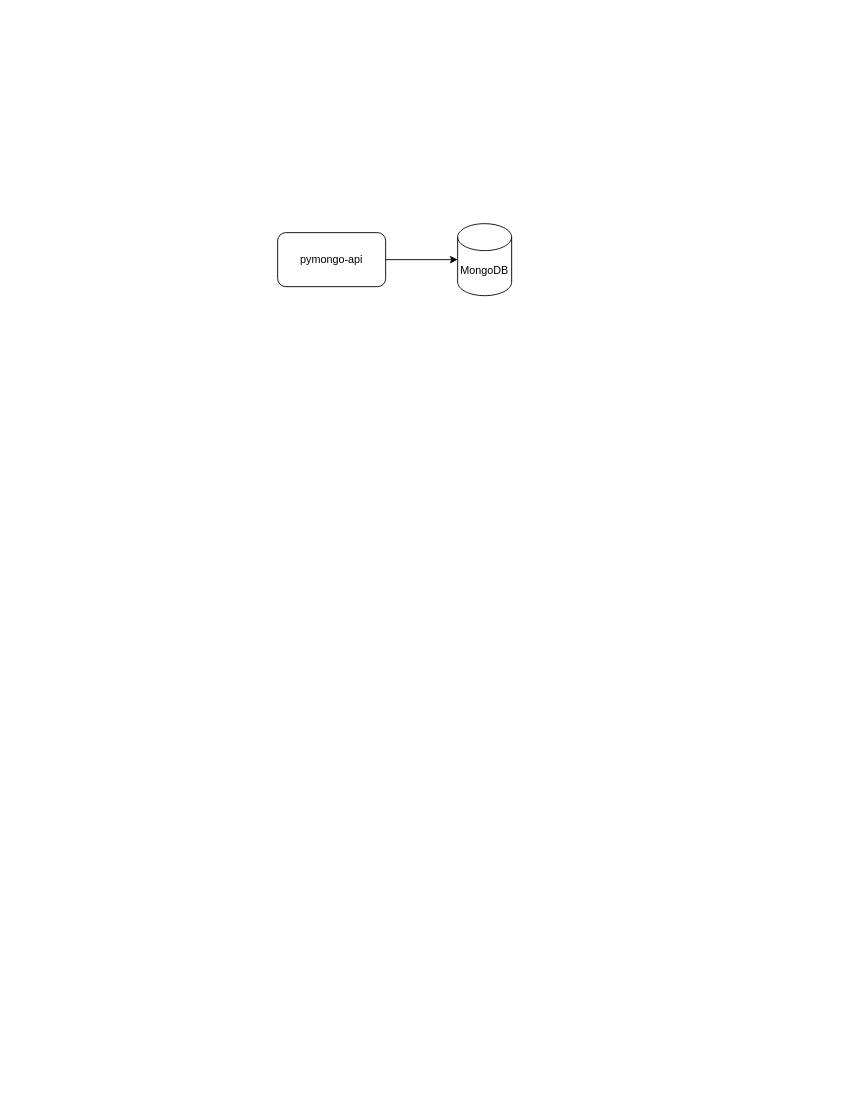
The draw.io diagram page "Main" (1 of 6) of task1.drawio in snakeduse/architecture-sprint-2, before the edit. Source tidied: cells renumbered, new cells numbered last; positions are measured from the earlier drawing's top-left corner, leaving out a move shared by most shapes. Both pictures are drawn from the tidied source at 90%, with x=0, y=0 at pixel (277, 223).
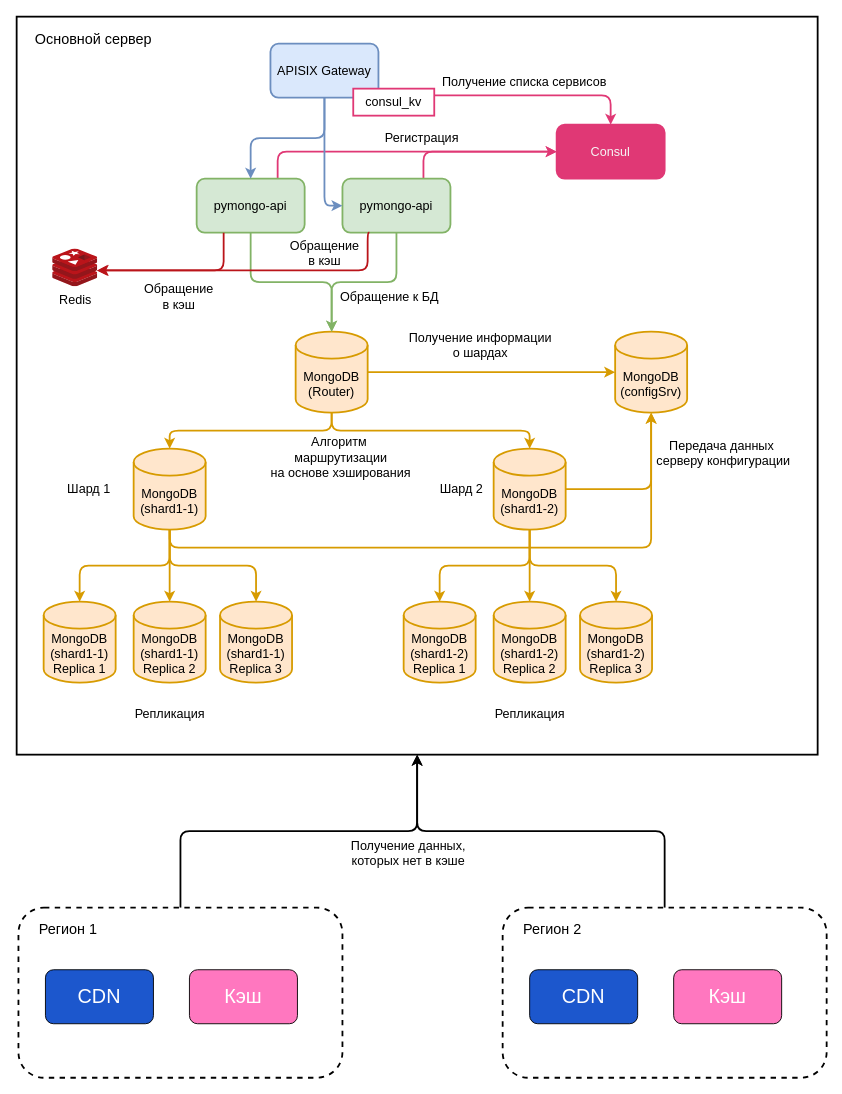
The same diagram, later.

Change to the diagram source:
```diff
@@
-    <mxCell id="2" value="MongoDB" style="shape=cylinder3;whiteSpace=wrap;html=1;boundedLbl=1;backgroundOutline=1;size=15;" parent="1" vertex="1">
-      <mxGeometry x="200" width="60" height="80" as="geometry" />
-    </mxCell>
-    <mxCell id="3" value="pymongo-api" style="rounded=1;whiteSpace=wrap;html=1;" parent="1" vertex="1">
-      <mxGeometry y="10" width="120" height="60" as="geometry" />
-    </mxCell>
-    <mxCell id="4" style="edgeStyle=orthogonalEdgeStyle;rounded=0;jettySize=auto;html=1;exitX=1;exitY=0.5;exitDx=0;exitDy=0;entryX=0;entryY=0.5;entryDx=0;entryDy=0;entryPerimeter=0;" parent="1" edge="1" source="3" target="2">
-      <mxGeometry relative="1" as="geometry" />
-    </mxCell>
+    <mxCell id="5" style="edgeStyle=orthogonalEdgeStyle;shape=connector;curved=0;rounded=1;jettySize=auto;html=1;exitX=0.5;exitY=0;exitDx=0;exitDy=0;entryX=0.5;entryY=1;entryDx=0;entryDy=0;strokeColor=default;strokeWidth=2;align=center;verticalAlign=middle;fontFamily=Helvetica;fontSize=11;fontColor=default;labelBackgroundColor=default;endArrow=classic;" parent="1" edge="1" source="55" target="7">
+      <mxGeometry relative="1" as="geometry" />
+    </mxCell>
+    <mxCell id="6" style="edgeStyle=orthogonalEdgeStyle;shape=connector;curved=0;rounded=1;jettySize=auto;html=1;exitX=0.5;exitY=0;exitDx=0;exitDy=0;entryX=0.5;entryY=1;entryDx=0;entryDy=0;strokeColor=default;strokeWidth=2;align=center;verticalAlign=middle;fontFamily=Helvetica;fontSize=11;fontColor=default;labelBackgroundColor=default;endArrow=classic;" parent="1" edge="1" source="59" target="7">
+      <mxGeometry relative="1" as="geometry" />
+    </mxCell>
+    <mxCell id="7" style="rounded=0;whiteSpace=wrap;html=1;fontFamily=Helvetica;fontSize=11;fontColor=default;labelBackgroundColor=default;strokeWidth=2;" parent="1" vertex="1">
+      <mxGeometry x="-290" y="-230" width="890" height="820" as="geometry" />
+    </mxCell>
+    <mxCell id="8" value="MongoDB&lt;div style=&quot;font-size: 14px;&quot;&gt;(Router)&lt;/div&gt;" style="shape=cylinder3;whiteSpace=wrap;html=1;boundedLbl=1;backgroundOutline=1;size=15;strokeWidth=2;fontSize=14;fillColor=#ffe6cc;strokeColor=#d79b00;" parent="1" vertex="1">
+      <mxGeometry x="20" y="120" width="80" height="90" as="geometry" />
+    </mxCell>
+    <mxCell id="9" style="edgeStyle=orthogonalEdgeStyle;shape=connector;curved=0;rounded=1;jettySize=auto;html=1;strokeColor=#82b366;align=center;verticalAlign=middle;fontFamily=Helvetica;fontSize=14;fontColor=default;labelBackgroundColor=default;endArrow=classic;strokeWidth=2;fillColor=#d5e8d4;" parent="1" edge="1" source="11" target="8">
+      <mxGeometry relative="1" as="geometry" />
+    </mxCell>
+    <mxCell id="10" style="edgeStyle=orthogonalEdgeStyle;shape=connector;curved=0;rounded=1;jettySize=auto;html=1;exitX=0.75;exitY=0;exitDx=0;exitDy=0;entryX=0;entryY=0.5;entryDx=0;entryDy=0;strokeColor=#E03875;strokeWidth=2;align=center;verticalAlign=middle;fontFamily=Helvetica;fontSize=11;fontColor=default;labelBackgroundColor=default;endArrow=classic;" parent="1" edge="1" source="11" target="48">
+      <mxGeometry relative="1" as="geometry" />
+    </mxCell>
+    <mxCell id="11" value="pymongo-api" style="rounded=1;whiteSpace=wrap;html=1;strokeWidth=2;fontSize=14;fillColor=#d5e8d4;strokeColor=#82b366;" parent="1" vertex="1">
+      <mxGeometry x="-90" y="-50" width="120" height="60" as="geometry" />
+    </mxCell>
+    <mxCell id="12" value="MongoDB&lt;div style=&quot;font-size: 14px;&quot;&gt;(shard1-2)&lt;/div&gt;" style="shape=cylinder3;whiteSpace=wrap;html=1;boundedLbl=1;backgroundOutline=1;size=15;strokeWidth=2;fontSize=14;fillColor=#ffe6cc;strokeColor=#d79b00;" parent="1" vertex="1">
+      <mxGeometry x="240" y="250" width="80" height="90" as="geometry" />
+    </mxCell>
+    <mxCell id="13" value="MongoDB&lt;div style=&quot;font-size: 14px;&quot;&gt;(shard1-1)&lt;/div&gt;" style="shape=cylinder3;whiteSpace=wrap;html=1;boundedLbl=1;backgroundOutline=1;size=15;strokeWidth=2;fontSize=14;fillColor=#ffe6cc;strokeColor=#d79b00;" parent="1" vertex="1">
+      <mxGeometry x="-160" y="250" width="80" height="90" as="geometry" />
+    </mxCell>
+    <mxCell id="14" value="MongoDB&lt;div style=&quot;font-size: 14px;&quot;&gt;(configSrv)&lt;/div&gt;" style="shape=cylinder3;whiteSpace=wrap;html=1;boundedLbl=1;backgroundOutline=1;size=15;strokeWidth=2;fontSize=14;fillColor=#ffe6cc;strokeColor=#d79b00;" parent="1" vertex="1">
+      <mxGeometry x="375" y="120" width="80" height="90" as="geometry" />
+    </mxCell>
+    <mxCell id="15" style="edgeStyle=orthogonalEdgeStyle;shape=connector;curved=0;rounded=1;jettySize=auto;html=1;exitX=0.5;exitY=1;exitDx=0;exitDy=0;exitPerimeter=0;entryX=0.5;entryY=0;entryDx=0;entryDy=0;entryPerimeter=0;strokeColor=#d79b00;align=center;verticalAlign=middle;fontFamily=Helvetica;fontSize=14;fontColor=default;labelBackgroundColor=default;endArrow=classic;strokeWidth=2;fillColor=#ffe6cc;" parent="1" edge="1" source="8" target="13">
+      <mxGeometry relative="1" as="geometry" />
+    </mxCell>
+    <mxCell id="16" style="edgeStyle=orthogonalEdgeStyle;shape=connector;curved=0;rounded=1;jettySize=auto;html=1;exitX=0.5;exitY=1;exitDx=0;exitDy=0;exitPerimeter=0;entryX=0.5;entryY=0;entryDx=0;entryDy=0;entryPerimeter=0;strokeColor=#d79b00;align=center;verticalAlign=middle;fontFamily=Helvetica;fontSize=14;fontColor=default;labelBackgroundColor=default;endArrow=classic;strokeWidth=2;fillColor=#ffe6cc;" parent="1" edge="1" source="8" target="12">
+      <mxGeometry relative="1" as="geometry" />
+    </mxCell>
+    <mxCell id="17" style="edgeStyle=orthogonalEdgeStyle;shape=connector;curved=0;rounded=1;jettySize=auto;html=1;exitX=1;exitY=0.5;exitDx=0;exitDy=0;exitPerimeter=0;entryX=0;entryY=0.5;entryDx=0;entryDy=0;entryPerimeter=0;strokeColor=#d79b00;align=center;verticalAlign=middle;fontFamily=Helvetica;fontSize=14;fontColor=default;labelBackgroundColor=default;endArrow=classic;strokeWidth=2;fillColor=#ffe6cc;" parent="1" edge="1" source="8" target="14">
+      <mxGeometry relative="1" as="geometry" />
+    </mxCell>
+    <mxCell id="18" style="edgeStyle=orthogonalEdgeStyle;shape=connector;curved=0;rounded=1;jettySize=auto;html=1;exitX=1;exitY=0.5;exitDx=0;exitDy=0;exitPerimeter=0;entryX=0.5;entryY=1;entryDx=0;entryDy=0;entryPerimeter=0;strokeColor=#d79b00;align=center;verticalAlign=middle;fontFamily=Helvetica;fontSize=14;fontColor=default;labelBackgroundColor=default;endArrow=classic;strokeWidth=2;fillColor=#ffe6cc;" parent="1" edge="1" source="12" target="14">
+      <mxGeometry relative="1" as="geometry" />
+    </mxCell>
+    <mxCell id="19" style="edgeStyle=orthogonalEdgeStyle;shape=connector;curved=0;rounded=1;jettySize=auto;html=1;exitX=0.5;exitY=1;exitDx=0;exitDy=0;exitPerimeter=0;entryX=0.5;entryY=1;entryDx=0;entryDy=0;entryPerimeter=0;strokeColor=#d79b00;align=center;verticalAlign=middle;fontFamily=Helvetica;fontSize=14;fontColor=default;labelBackgroundColor=default;endArrow=classic;strokeWidth=2;fillColor=#ffe6cc;" parent="1" edge="1" source="13" target="14">
+      <mxGeometry relative="1" as="geometry" />
+    </mxCell>
+    <mxCell id="20" value="&lt;span style=&quot;font-size: 14px;&quot;&gt;Алгоритм&amp;nbsp;&lt;/span&gt;&lt;div style=&quot;font-size: 14px;&quot;&gt;маршрутизации&lt;/div&gt;&lt;div style=&quot;font-size: 14px;&quot;&gt;на основе хэширования&lt;/div&gt;" style="text;html=1;align=center;verticalAlign=middle;strokeColor=none;fillColor=none;strokeWidth=2;fontSize=14;" parent="1" vertex="1">
+      <mxGeometry x="-20" y="230" width="180" height="60" as="geometry" />
+    </mxCell>
+    <mxCell id="21" value="Получение информации&lt;div&gt;о шардах&lt;/div&gt;" style="text;html=1;align=center;verticalAlign=middle;strokeColor=none;fillColor=none;strokeWidth=2;fontSize=14;" parent="1" vertex="1">
+      <mxGeometry x="135" y="110" width="180" height="50" as="geometry" />
+    </mxCell>
+    <mxCell id="22" value="Обращение к БД" style="text;html=1;align=center;verticalAlign=middle;strokeColor=none;fillColor=none;strokeWidth=2;fontSize=14;" parent="1" vertex="1">
+      <mxGeometry x="59" y="66" width="130" height="30" as="geometry" />
+    </mxCell>
+    <mxCell id="23" value="MongoDB&lt;div style=&quot;font-size: 14px;&quot;&gt;(shard1-1)&lt;/div&gt;&lt;div style=&quot;font-size: 14px;&quot;&gt;Replica 1&lt;/div&gt;" style="shape=cylinder3;whiteSpace=wrap;html=1;boundedLbl=1;backgroundOutline=1;size=15;strokeWidth=2;fontSize=14;fillColor=#ffe6cc;strokeColor=#d79b00;" parent="1" vertex="1">
+      <mxGeometry x="-260" y="420" width="80" height="90" as="geometry" />
+    </mxCell>
+    <mxCell id="24" value="MongoDB&lt;div style=&quot;font-size: 14px;&quot;&gt;(shard1-1)&lt;/div&gt;&lt;div style=&quot;font-size: 14px;&quot;&gt;Replica 2&lt;/div&gt;" style="shape=cylinder3;whiteSpace=wrap;html=1;boundedLbl=1;backgroundOutline=1;size=15;strokeWidth=2;fontSize=14;fillColor=#ffe6cc;strokeColor=#d79b00;" parent="1" vertex="1">
+      <mxGeometry x="-160" y="420" width="80" height="90" as="geometry" />
+    </mxCell>
+    <mxCell id="25" value="MongoDB&lt;div style=&quot;font-size: 14px;&quot;&gt;(shard1-1)&lt;/div&gt;&lt;div style=&quot;font-size: 14px;&quot;&gt;Replica 3&lt;/div&gt;" style="shape=cylinder3;whiteSpace=wrap;html=1;boundedLbl=1;backgroundOutline=1;size=15;strokeWidth=2;fontSize=14;fillColor=#ffe6cc;strokeColor=#d79b00;" parent="1" vertex="1">
+      <mxGeometry x="-64" y="420" width="80" height="90" as="geometry" />
+    </mxCell>
+    <mxCell id="26" style="edgeStyle=orthogonalEdgeStyle;rounded=1;jettySize=auto;html=1;exitX=0.5;exitY=1;exitDx=0;exitDy=0;exitPerimeter=0;entryX=0.5;entryY=0;entryDx=0;entryDy=0;entryPerimeter=0;curved=0;strokeWidth=2;fontSize=14;fillColor=#ffe6cc;strokeColor=#d79b00;" parent="1" edge="1" source="13" target="23">
+      <mxGeometry relative="1" as="geometry" />
+    </mxCell>
+    <mxCell id="27" style="edgeStyle=orthogonalEdgeStyle;shape=connector;curved=0;rounded=1;jettySize=auto;html=1;exitX=0.5;exitY=1;exitDx=0;exitDy=0;exitPerimeter=0;entryX=0.5;entryY=0;entryDx=0;entryDy=0;entryPerimeter=0;strokeColor=#d79b00;align=center;verticalAlign=middle;fontFamily=Helvetica;fontSize=14;fontColor=default;labelBackgroundColor=default;endArrow=classic;strokeWidth=2;fillColor=#ffe6cc;" parent="1" edge="1" source="13" target="24">
+      <mxGeometry relative="1" as="geometry" />
+    </mxCell>
+    <mxCell id="28" style="edgeStyle=orthogonalEdgeStyle;shape=connector;curved=0;rounded=1;jettySize=auto;html=1;exitX=0.5;exitY=1;exitDx=0;exitDy=0;exitPerimeter=0;entryX=0.5;entryY=0;entryDx=0;entryDy=0;entryPerimeter=0;strokeColor=#d79b00;align=center;verticalAlign=middle;fontFamily=Helvetica;fontSize=14;fontColor=default;labelBackgroundColor=default;endArrow=classic;strokeWidth=2;fillColor=#ffe6cc;" parent="1" edge="1" source="13" target="25">
+      <mxGeometry relative="1" as="geometry" />
+    </mxCell>
+    <mxCell id="29" value="MongoDB&lt;div style=&quot;font-size: 14px;&quot;&gt;(shard1-2)&lt;/div&gt;&lt;div style=&quot;font-size: 14px;&quot;&gt;Replica 1&lt;/div&gt;" style="shape=cylinder3;whiteSpace=wrap;html=1;boundedLbl=1;backgroundOutline=1;size=15;strokeWidth=2;fontSize=14;fillColor=#ffe6cc;strokeColor=#d79b00;" parent="1" vertex="1">
+      <mxGeometry x="140" y="420" width="80" height="90" as="geometry" />
+    </mxCell>
+    <mxCell id="30" value="MongoDB&lt;div style=&quot;font-size: 14px;&quot;&gt;(shard1-2)&lt;/div&gt;&lt;div style=&quot;font-size: 14px;&quot;&gt;Replica 2&lt;/div&gt;" style="shape=cylinder3;whiteSpace=wrap;html=1;boundedLbl=1;backgroundOutline=1;size=15;strokeWidth=2;fontSize=14;fillColor=#ffe6cc;strokeColor=#d79b00;" parent="1" vertex="1">
+      <mxGeometry x="240" y="420" width="80" height="90" as="geometry" />
+    </mxCell>
+    <mxCell id="31" value="MongoDB&lt;div style=&quot;font-size: 14px;&quot;&gt;(shard1-2)&lt;/div&gt;&lt;div style=&quot;font-size: 14px;&quot;&gt;Replica 3&lt;/div&gt;" style="shape=cylinder3;whiteSpace=wrap;html=1;boundedLbl=1;backgroundOutline=1;size=15;strokeWidth=2;fontSize=14;fillColor=#ffe6cc;strokeColor=#d79b00;" parent="1" vertex="1">
+      <mxGeometry x="336" y="420" width="80" height="90" as="geometry" />
+    </mxCell>
+    <mxCell id="32" style="edgeStyle=orthogonalEdgeStyle;shape=connector;curved=0;rounded=1;jettySize=auto;html=1;exitX=0.5;exitY=1;exitDx=0;exitDy=0;exitPerimeter=0;entryX=0.5;entryY=0;entryDx=0;entryDy=0;entryPerimeter=0;strokeColor=#d79b00;align=center;verticalAlign=middle;fontFamily=Helvetica;fontSize=14;fontColor=default;labelBackgroundColor=default;endArrow=classic;strokeWidth=2;fillColor=#ffe6cc;" parent="1" edge="1" source="12" target="29">
+      <mxGeometry relative="1" as="geometry" />
+    </mxCell>
+    <mxCell id="33" style="edgeStyle=orthogonalEdgeStyle;shape=connector;curved=0;rounded=1;jettySize=auto;html=1;exitX=0.5;exitY=1;exitDx=0;exitDy=0;exitPerimeter=0;entryX=0.5;entryY=0;entryDx=0;entryDy=0;entryPerimeter=0;strokeColor=#d79b00;align=center;verticalAlign=middle;fontFamily=Helvetica;fontSize=14;fontColor=default;labelBackgroundColor=default;endArrow=classic;strokeWidth=2;fillColor=#ffe6cc;" parent="1" edge="1" source="12" target="30">
+      <mxGeometry relative="1" as="geometry" />
+    </mxCell>
+    <mxCell id="34" style="edgeStyle=orthogonalEdgeStyle;shape=connector;curved=0;rounded=1;jettySize=auto;html=1;exitX=0.5;exitY=1;exitDx=0;exitDy=0;exitPerimeter=0;entryX=0.5;entryY=0;entryDx=0;entryDy=0;entryPerimeter=0;strokeColor=#d79b00;align=center;verticalAlign=middle;fontFamily=Helvetica;fontSize=14;fontColor=default;labelBackgroundColor=default;endArrow=classic;strokeWidth=2;fillColor=#ffe6cc;" parent="1" edge="1" source="12" target="31">
+      <mxGeometry relative="1" as="geometry" />
+    </mxCell>
+    <mxCell id="35" value="&lt;font style=&quot;font-size: 14px;&quot;&gt;Redis&lt;/font&gt;" style="image;sketch=0;html=1;points=[];align=center;fontSize=12;image=img/lib/mscae/Cache_Redis_Product.svg;" parent="1" vertex="1">
+      <mxGeometry x="-250" y="28" width="50" height="42" as="geometry" />
+    </mxCell>
+    <mxCell id="36" style="edgeStyle=orthogonalEdgeStyle;rounded=1;jettySize=auto;html=1;exitX=0.25;exitY=1;exitDx=0;exitDy=0;entryX=0.98;entryY=0.571;entryDx=0;entryDy=0;entryPerimeter=0;curved=0;strokeWidth=2;fillColor=#f8cecc;strokeColor=#BA141A;" parent="1" edge="1" source="11" target="35">
+      <mxGeometry relative="1" as="geometry" />
+    </mxCell>
+    <mxCell id="37" value="Обращение&lt;div&gt;в кэш&lt;/div&gt;" style="text;html=1;align=center;verticalAlign=middle;strokeColor=none;fillColor=none;strokeWidth=2;fontSize=14;" parent="1" vertex="1">
+      <mxGeometry x="-160" y="56" width="100" height="50" as="geometry" />
+    </mxCell>
+    <mxCell id="38" style="edgeStyle=orthogonalEdgeStyle;rounded=1;jettySize=auto;html=1;exitX=0.75;exitY=0;exitDx=0;exitDy=0;entryX=0;entryY=0.5;entryDx=0;entryDy=0;strokeWidth=2;curved=0;strokeColor=#E03875;" parent="1" edge="1" source="39" target="48">
+      <mxGeometry relative="1" as="geometry" />
+    </mxCell>
+    <mxCell id="39" value="pymongo-api" style="rounded=1;whiteSpace=wrap;html=1;strokeWidth=2;fontSize=14;fillColor=#d5e8d4;strokeColor=#82b366;" parent="1" vertex="1">
+      <mxGeometry x="72" y="-50" width="120" height="60" as="geometry" />
+    </mxCell>
+    <mxCell id="40" style="edgeStyle=orthogonalEdgeStyle;rounded=1;jettySize=auto;html=1;exitX=0.5;exitY=1;exitDx=0;exitDy=0;entryX=0.5;entryY=0;entryDx=0;entryDy=0;entryPerimeter=0;curved=0;strokeWidth=2;fillColor=#d5e8d4;strokeColor=#82b366;" parent="1" edge="1" source="39" target="8">
+      <mxGeometry relative="1" as="geometry" />
+    </mxCell>
+    <mxCell id="41" style="edgeStyle=orthogonalEdgeStyle;rounded=1;jettySize=auto;html=1;exitX=0.25;exitY=1;exitDx=0;exitDy=0;entryX=1;entryY=0.571;entryDx=0;entryDy=0;entryPerimeter=0;curved=0;strokeWidth=2;fillColor=#f8cecc;strokeColor=#ba141a;" parent="1" edge="1" source="39" target="35">
+      <mxGeometry relative="1" as="geometry">
+        <Array as="points">
+          <mxPoint x="100" y="10" />
+          <mxPoint x="100" y="52" />
+        </Array>
+      </mxGeometry>
+    </mxCell>
+    <mxCell id="42" value="Обращение&lt;div&gt;в кэш&lt;/div&gt;" style="text;html=1;align=center;verticalAlign=middle;strokeColor=none;fillColor=none;strokeWidth=2;fontSize=14;" parent="1" vertex="1">
+      <mxGeometry x="2" y="8" width="100" height="50" as="geometry" />
+    </mxCell>
+    <mxCell id="43" style="edgeStyle=orthogonalEdgeStyle;rounded=1;jettySize=auto;html=1;exitX=0.5;exitY=1;exitDx=0;exitDy=0;entryX=0.5;entryY=0;entryDx=0;entryDy=0;curved=0;strokeWidth=2;fillColor=#dae8fc;strokeColor=#6c8ebf;" parent="1" edge="1" source="45" target="11">
+      <mxGeometry relative="1" as="geometry" />
+    </mxCell>
+    <mxCell id="44" style="edgeStyle=orthogonalEdgeStyle;rounded=1;jettySize=auto;html=1;exitX=0.5;exitY=1;exitDx=0;exitDy=0;entryX=0;entryY=0.5;entryDx=0;entryDy=0;curved=0;strokeWidth=2;fillColor=#dae8fc;strokeColor=#6c8ebf;" parent="1" edge="1" source="45" target="39">
+      <mxGeometry relative="1" as="geometry" />
+    </mxCell>
+    <mxCell id="45" value="APISIX Gateway" style="rounded=1;whiteSpace=wrap;html=1;strokeWidth=2;fontSize=14;fillColor=#dae8fc;strokeColor=#6c8ebf;" parent="1" vertex="1">
+      <mxGeometry x="-8" y="-200" width="120" height="60" as="geometry" />
+    </mxCell>
+    <mxCell id="46" style="edgeStyle=orthogonalEdgeStyle;shape=connector;curved=0;rounded=1;jettySize=auto;html=1;exitX=1;exitY=0.25;exitDx=0;exitDy=0;entryX=0.5;entryY=0;entryDx=0;entryDy=0;strokeColor=#E03875;strokeWidth=2;align=center;verticalAlign=middle;fontFamily=Helvetica;fontSize=11;fontColor=default;labelBackgroundColor=default;endArrow=classic;" parent="1" edge="1" source="47" target="48">
+      <mxGeometry relative="1" as="geometry" />
+    </mxCell>
+    <mxCell id="47" value="consul_kv" style="rounded=0;whiteSpace=wrap;html=1;strokeWidth=2;fontSize=14;strokeColor=#E03875;" parent="1" vertex="1">
+      <mxGeometry x="84" y="-150" width="90" height="30" as="geometry" />
+    </mxCell>
+    <mxCell id="48" value="Consul" style="rounded=1;whiteSpace=wrap;html=1;strokeWidth=2;fontSize=14;fillColor=#E03875;fontColor=#F5F5F5;strokeColor=#E03875;" parent="1" vertex="1">
+      <mxGeometry x="310" y="-110" width="120" height="60" as="geometry" />
+    </mxCell>
+    <mxCell id="49" value="Регистрация" style="text;html=1;align=center;verticalAlign=middle;strokeColor=none;fillColor=none;strokeWidth=2;fontSize=14;" parent="1" vertex="1">
+      <mxGeometry x="105" y="-110" width="110" height="30" as="geometry" />
+    </mxCell>
+    <mxCell id="50" value="Получение списка сервисов" style="text;html=1;align=center;verticalAlign=middle;strokeColor=none;fillColor=none;strokeWidth=2;fontSize=14;" parent="1" vertex="1">
+      <mxGeometry x="169" y="-172" width="210" height="30" as="geometry" />
+    </mxCell>
+    <mxCell id="51" value="Репликация" style="text;html=1;align=center;verticalAlign=middle;strokeColor=none;fillColor=none;strokeWidth=2;fontSize=14;" parent="1" vertex="1">
+      <mxGeometry x="-170" y="530" width="100" height="30" as="geometry" />
+    </mxCell>
+    <mxCell id="52" value="Репликация" style="text;html=1;align=center;verticalAlign=middle;strokeColor=none;fillColor=none;strokeWidth=2;fontSize=14;" parent="1" vertex="1">
+      <mxGeometry x="230" y="530" width="100" height="30" as="geometry" />
+    </mxCell>
+    <mxCell id="53" value="Передача данных&amp;nbsp;&lt;div style=&quot;font-size: 14px;&quot;&gt;серверу конфигурации&lt;/div&gt;" style="text;html=1;align=center;verticalAlign=middle;strokeColor=none;fillColor=none;strokeWidth=2;fontSize=14;" parent="1" vertex="1">
+      <mxGeometry x="410" y="230" width="170" height="50" as="geometry" />
+    </mxCell>
+    <mxCell id="54" value="&lt;font style=&quot;font-size: 16px;&quot;&gt;Основной сервер&lt;/font&gt;" style="text;html=1;align=center;verticalAlign=middle;strokeColor=none;fillColor=none;fontFamily=Helvetica;fontSize=11;fontColor=default;labelBackgroundColor=default;" parent="1" vertex="1">
+      <mxGeometry x="-280" y="-220" width="150" height="30" as="geometry" />
+    </mxCell>
+    <mxCell id="55" style="rounded=1;whiteSpace=wrap;html=1;fontFamily=Helvetica;fontSize=11;fontColor=default;labelBackgroundColor=default;dashed=1;strokeWidth=2;" parent="1" vertex="1">
+      <mxGeometry x="250" y="760" width="360" height="189" as="geometry" />
+    </mxCell>
+    <mxCell id="56" value="&lt;font style=&quot;font-size: 16px;&quot;&gt;Регион 2&lt;/font&gt;" style="text;html=1;align=center;verticalAlign=middle;strokeColor=none;fillColor=none;fontFamily=Helvetica;fontSize=11;fontColor=default;labelBackgroundColor=default;" parent="1" vertex="1">
+      <mxGeometry x="260" y="769" width="90" height="30" as="geometry" />
+    </mxCell>
+    <mxCell id="57" value="CDN" style="rounded=1;whiteSpace=wrap;html=1;fontFamily=Helvetica;fontSize=22;fontColor=#FFFFFF;labelBackgroundColor=none;fillColor=#1c57cd;" parent="1" vertex="1">
+      <mxGeometry x="280" y="829" width="120" height="60" as="geometry" />
+    </mxCell>
+    <mxCell id="58" value="Кэш" style="rounded=1;whiteSpace=wrap;html=1;fontFamily=Helvetica;fontSize=22;fontColor=#FFFFFF;labelBackgroundColor=none;fillColor=#ff77bf;" parent="1" vertex="1">
+      <mxGeometry x="440" y="829" width="120" height="60" as="geometry" />
+    </mxCell>
+    <mxCell id="59" style="rounded=1;whiteSpace=wrap;html=1;fontFamily=Helvetica;fontSize=11;fontColor=default;labelBackgroundColor=default;dashed=1;strokeWidth=2;" parent="1" vertex="1">
+      <mxGeometry x="-288" y="760" width="360" height="189" as="geometry" />
+    </mxCell>
+    <mxCell id="60" value="&lt;font style=&quot;font-size: 16px;&quot;&gt;Регион 1&lt;/font&gt;" style="text;html=1;align=center;verticalAlign=middle;strokeColor=none;fillColor=none;fontFamily=Helvetica;fontSize=11;fontColor=default;labelBackgroundColor=default;" parent="1" vertex="1">
+      <mxGeometry x="-278" y="769" width="90" height="30" as="geometry" />
+    </mxCell>
+    <mxCell id="61" value="CDN" style="rounded=1;whiteSpace=wrap;html=1;fontFamily=Helvetica;fontSize=22;fontColor=#FFFFFF;labelBackgroundColor=none;fillColor=#1c57cd;" parent="1" vertex="1">
+      <mxGeometry x="-258" y="829" width="120" height="60" as="geometry" />
+    </mxCell>
+    <mxCell id="62" value="Кэш" style="rounded=1;whiteSpace=wrap;html=1;fontFamily=Helvetica;fontSize=22;fontColor=#FFFFFF;labelBackgroundColor=none;fillColor=#ff77bf;" parent="1" vertex="1">
+      <mxGeometry x="-98" y="829" width="120" height="60" as="geometry" />
+    </mxCell>
+    <mxCell id="63" value="Получение данных,&lt;div&gt;которых нет в кэше&lt;/div&gt;" style="text;html=1;align=center;verticalAlign=middle;strokeColor=none;fillColor=none;strokeWidth=2;fontSize=14;" parent="1" vertex="1">
+      <mxGeometry x="70" y="674" width="150" height="50" as="geometry" />
+    </mxCell>
+    <mxCell id="64" value="Шард 1" style="text;html=1;align=center;verticalAlign=middle;strokeColor=none;fillColor=none;strokeWidth=2;fontSize=14;" parent="1" vertex="1">
+      <mxGeometry x="-245" y="280" width="70" height="30" as="geometry" />
+    </mxCell>
+    <mxCell id="65" value="Шард 2" style="text;html=1;align=center;verticalAlign=middle;strokeColor=none;fillColor=none;strokeWidth=2;fontSize=14;" parent="1" vertex="1">
+      <mxGeometry x="169" y="280" width="70" height="30" as="geometry" />
+    </mxCell>
```
